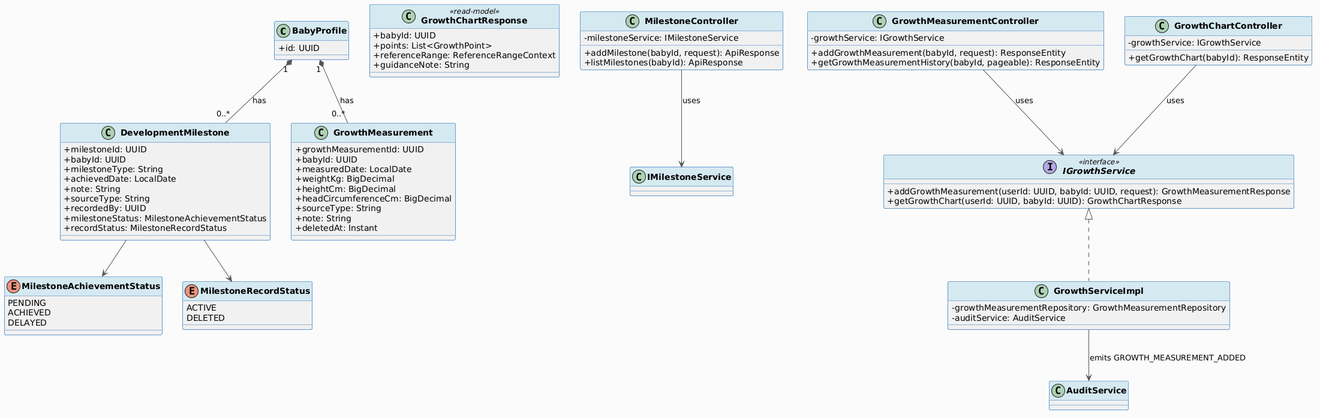
This is docs/Detailed_Design/MF03_Baby_Care_Growth_Vaccination/images/02_Growth_Development_Tracking_ClassDiagram.png from ChuongBDHE172784/CareBridge_SEP490_G79, a PlantUML export, as it was before one commit.
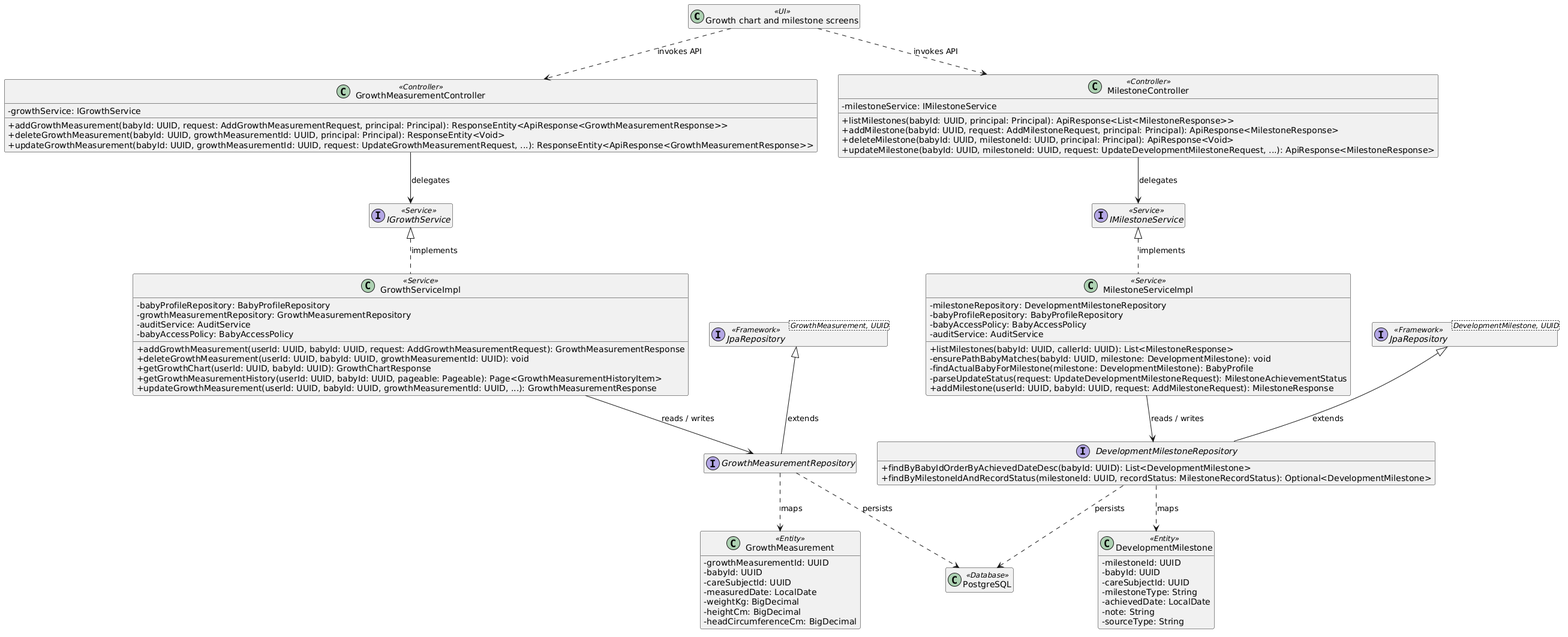
The same diagram one commit later.

Diff of the diagram source:
```diff
@@ -1,90 +1,84 @@
 @startuml
 skinparam classAttributeIconSize 0
-skinparam classFontStyle bold
-skinparam backgroundColor #FAFAFA
-skinparam ArrowColor #555555
-skinparam ClassBorderColor #2E75B6
-skinparam ClassHeaderBackgroundColor #D5E8F0
+hide empty members
 
-class BabyProfile {
-  + id: UUID
+class "Growth chart and milestone screens" as UI1 <<UI>>
+class "GrowthMeasurementController" as Controller1 <<Controller>> {
+  - growthService: IGrowthService
+  + addGrowthMeasurement(babyId: UUID, request: AddGrowthMeasurementRequest, principal: Principal): ResponseEntity<ApiResponse<GrowthMeasurementResponse>>
+  + deleteGrowthMeasurement(babyId: UUID, growthMeasurementId: UUID, principal: Principal): ResponseEntity<Void>
+  + updateGrowthMeasurement(babyId: UUID, growthMeasurementId: UUID, request: UpdateGrowthMeasurementRequest, ...): ResponseEntity<ApiResponse<GrowthMeasurementResponse>>
 }
-
-class DevelopmentMilestone {
-  + milestoneId: UUID
-  + babyId: UUID
-  + milestoneType: String
-  + achievedDate: LocalDate
-  + note: String
-  + sourceType: String
-  + recordedBy: UUID
-  + milestoneStatus: MilestoneAchievementStatus
-  + recordStatus: MilestoneRecordStatus
+class "MilestoneController" as Controller2 <<Controller>> {
+  - milestoneService: IMilestoneService
+  + listMilestones(babyId: UUID, principal: Principal): ApiResponse<List<MilestoneResponse>>
+  + addMilestone(babyId: UUID, request: AddMilestoneRequest, principal: Principal): ApiResponse<MilestoneResponse>
+  + deleteMilestone(babyId: UUID, milestoneId: UUID, principal: Principal): ApiResponse<Void>
+  + updateMilestone(babyId: UUID, milestoneId: UUID, request: UpdateDevelopmentMilestoneRequest, ...): ApiResponse<MilestoneResponse>
 }
-
-enum MilestoneAchievementStatus {
-  PENDING
-  ACHIEVED
-  DELAYED
-}
-
-enum MilestoneRecordStatus {
-  ACTIVE
-  DELETED
-}
-
-class GrowthMeasurement {
-  + growthMeasurementId: UUID
-  + babyId: UUID
-  + measuredDate: LocalDate
-  + weightKg: BigDecimal
-  + heightCm: BigDecimal
-  + headCircumferenceCm: BigDecimal
-  + sourceType: String
-  + note: String
-  + deletedAt: Instant
-}
-
-class GrowthChartResponse <<read-model>> {
-  + babyId: UUID
-  + points: List<GrowthPoint>
-  + referenceRange: ReferenceRangeContext
-  + guidanceNote: String
-}
-
-class MilestoneController {
-  - milestoneService: IMilestoneService
-  + addMilestone(babyId, request): ApiResponse
-  + listMilestones(babyId): ApiResponse
-}
-
-class GrowthMeasurementController {
-  - growthService: IGrowthService
-  + addGrowthMeasurement(babyId, request): ResponseEntity
-  + getGrowthMeasurementHistory(babyId, pageable): ResponseEntity
-}
-
-class GrowthChartController {
-  - growthService: IGrowthService
-  + getGrowthChart(babyId): ResponseEntity
-}
-
-interface IGrowthService <<interface>> {
-  + addGrowthMeasurement(userId: UUID, babyId: UUID, request): GrowthMeasurementResponse
-  + getGrowthChart(userId: UUID, babyId: UUID): GrowthChartResponse
-}
-
-class GrowthServiceImpl implements IGrowthService {
+class "GrowthServiceImpl" as Service1 <<Service>> {
+  - babyProfileRepository: BabyProfileRepository
   - growthMeasurementRepository: GrowthMeasurementRepository
   - auditService: AuditService
+  - babyAccessPolicy: BabyAccessPolicy
+  + addGrowthMeasurement(userId: UUID, babyId: UUID, request: AddGrowthMeasurementRequest): GrowthMeasurementResponse
+  + deleteGrowthMeasurement(userId: UUID, babyId: UUID, growthMeasurementId: UUID): void
+  + getGrowthChart(userId: UUID, babyId: UUID): GrowthChartResponse
+  + getGrowthMeasurementHistory(userId: UUID, babyId: UUID, pageable: Pageable): Page<GrowthMeasurementHistoryItem>
+  + updateGrowthMeasurement(userId: UUID, babyId: UUID, growthMeasurementId: UUID, ...): GrowthMeasurementResponse
 }
+class "MilestoneServiceImpl" as Service2 <<Service>> {
+  - milestoneRepository: DevelopmentMilestoneRepository
+  - babyProfileRepository: BabyProfileRepository
+  - babyAccessPolicy: BabyAccessPolicy
+  - auditService: AuditService
+  + listMilestones(babyId: UUID, callerId: UUID): List<MilestoneResponse>
+  - ensurePathBabyMatches(babyId: UUID, milestone: DevelopmentMilestone): void
+  - findActualBabyForMilestone(milestone: DevelopmentMilestone): BabyProfile
+  - parseUpdateStatus(request: UpdateDevelopmentMilestoneRequest): MilestoneAchievementStatus
+  + addMilestone(userId: UUID, babyId: UUID, request: AddMilestoneRequest): MilestoneResponse
+}
+interface "IGrowthService" as Service1Contract <<Service>>
+interface "IMilestoneService" as Service2Contract <<Service>>
+interface "GrowthMeasurementRepository" as Repository1
+interface "DevelopmentMilestoneRepository" as Repository2 {
+  + findByBabyIdOrderByAchievedDateDesc(babyId: UUID): List<DevelopmentMilestone>
+  + findByMilestoneIdAndRecordStatus(milestoneId: UUID, recordStatus: MilestoneRecordStatus): Optional<DevelopmentMilestone>
+}
+class "GrowthMeasurement" as Entity1 <<Entity>> {
+  - growthMeasurementId: UUID
+  - babyId: UUID
+  - careSubjectId: UUID
+  - measuredDate: LocalDate
+  - weightKg: BigDecimal
+  - heightCm: BigDecimal
+  - headCircumferenceCm: BigDecimal
+}
+class "DevelopmentMilestone" as Entity2 <<Entity>> {
+  - milestoneId: UUID
+  - babyId: UUID
+  - careSubjectId: UUID
+  - milestoneType: String
+  - achievedDate: LocalDate
+  - note: String
+  - sourceType: String
+}
+interface "JpaRepository<GrowthMeasurement, UUID>" as Repository1Base <<Framework>>
+interface "JpaRepository<DevelopmentMilestone, UUID>" as Repository2Base <<Framework>>
+class "PostgreSQL" as DB <<Database>>
 
-BabyProfile "1" *-- "0..*" DevelopmentMilestone : has
-BabyProfile "1" *-- "0..*" GrowthMeasurement : has
-DevelopmentMilestone --> MilestoneAchievementStatus
-DevelopmentMilestone --> MilestoneRecordStatus
-MilestoneController --> IMilestoneService : uses
-GrowthMeasurementController --> IGrowthService : uses
-GrowthChartController --> IGrowthService : uses
-GrowthServiceImpl --> AuditService : emits GROWTH_MEASUREMENT_ADDED
+Service1Contract <|.. Service1 : implements
+Service2Contract <|.. Service2 : implements
+Repository1Base <|-- Repository1 : extends
+Repository2Base <|-- Repository2 : extends
+UI1 ..> Controller1 : invokes API
+UI1 ..> Controller2 : invokes API
+Controller1 --> Service1Contract : delegates
+Controller2 --> Service2Contract : delegates
+Service1 --> Repository1 : reads / writes
+Service2 --> Repository2 : reads / writes
+Repository1 ..> Entity1 : maps
+Repository1 ..> DB : persists
+Repository2 ..> Entity2 : maps
+Repository2 ..> DB : persists
 @enduml
```
